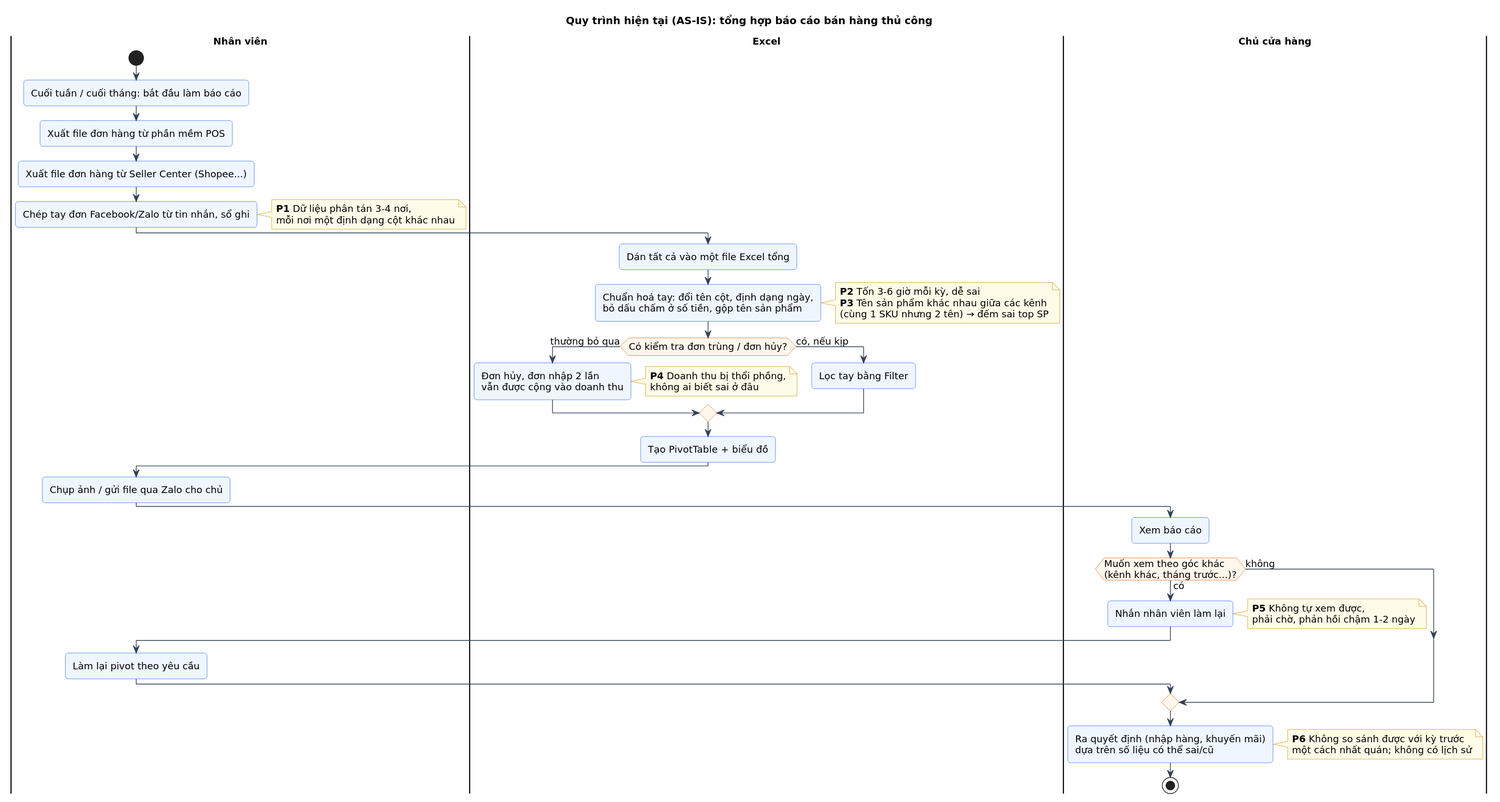
This is docs/phan-tich/so-do/out/02-as-is.svg from hoang13516-dev/TTCN_CCROBO, a PlantUML export, as it was before one commit.
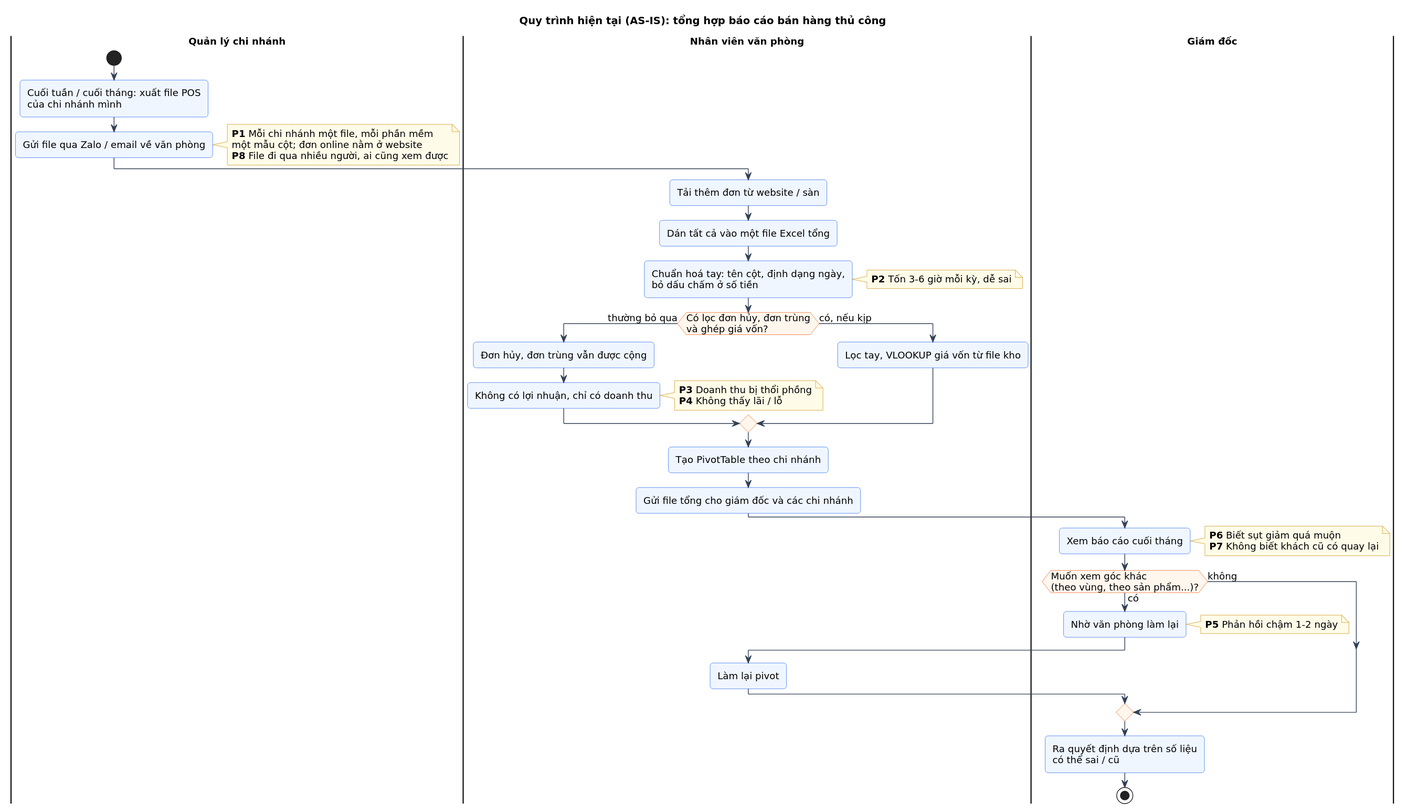
After the change.

What changed in the source:
```diff
@@ -2,57 +2,55 @@
 !include _style.iuml
 title Quy trình hiện tại (AS-IS): tổng hợp báo cáo bán hàng thủ công
 
-|Nhân viên|
+|Quản lý chi nhánh|
 start
-:Cuối tuần / cuối tháng: bắt đầu làm báo cáo;
-:Xuất file đơn hàng từ phần mềm POS;
-:Xuất file đơn hàng từ Seller Center (Shopee...);
-:Chép tay đơn Facebook/Zalo từ tin nhắn, sổ ghi;
+:Cuối tuần / cuối tháng: xuất file POS
+của chi nhánh mình;
+:Gửi file qua Zalo / email về văn phòng;
 note right
-  **P1** Dữ liệu phân tán 3-4 nơi,
-  mỗi nơi một định dạng cột khác nhau
+  **P1** Mỗi chi nhánh một file, mỗi phần mềm
+  một mẫu cột; đơn online nằm ở website
+  **P8** File đi qua nhiều người, ai cũng xem được
 end note
-|Excel|
+|Nhân viên văn phòng|
+:Tải thêm đơn từ website / sàn;
 :Dán tất cả vào một file Excel tổng;
-:Chuẩn hoá tay: đổi tên cột, định dạng ngày,
-bỏ dấu chấm ở số tiền, gộp tên sản phẩm;
+:Chuẩn hoá tay: tên cột, định dạng ngày,
+bỏ dấu chấm ở số tiền;
 note right
   **P2** Tốn 3-6 giờ mỗi kỳ, dễ sai
-  **P3** Tên sản phẩm khác nhau giữa các kênh
-  (cùng 1 SKU nhưng 2 tên) → đếm sai top SP
 end note
-if (Có kiểm tra đơn trùng / đơn hủy?) then (thường bỏ qua)
-  :Đơn hủy, đơn nhập 2 lần
-  vẫn được cộng vào doanh thu;
+if (Có lọc đơn hủy, đơn trùng
+và ghép giá vốn?) then (thường bỏ qua)
+  :Đơn hủy, đơn trùng vẫn được cộng;
+  :Không có lợi nhuận, chỉ có doanh thu;
   note right
-    **P4** Doanh thu bị thổi phồng,
-    không ai biết sai ở đâu
+    **P3** Doanh thu bị thổi phồng
+    **P4** Không thấy lãi / lỗ
   end note
 else (có, nếu kịp)
-  :Lọc tay bằng Filter;
+  :Lọc tay, VLOOKUP giá vốn từ file kho;
 endif
-:Tạo PivotTable + biểu đồ;
-|Nhân viên|
-:Chụp ảnh / gửi file qua Zalo cho chủ;
-|Chủ cửa hàng|
-:Xem báo cáo;
-if (Muốn xem theo góc khác
-(kênh khác, tháng trước...)?) then (có)
-  :Nhắn nhân viên làm lại;
+:Tạo PivotTable theo chi nhánh;
+:Gửi file tổng cho giám đốc và các chi nhánh;
+|Giám đốc|
+:Xem báo cáo cuối tháng;
+note right
+  **P6** Biết sụt giảm quá muộn
+  **P7** Không biết khách cũ có quay lại
+end note
+if (Muốn xem góc khác
+(theo vùng, theo sản phẩm...)?) then (có)
+  :Nhờ văn phòng làm lại;
   note right
-    **P5** Không tự xem được,
-    phải chờ, phản hồi chậm 1-2 ngày
+    **P5** Phản hồi chậm 1-2 ngày
   end note
-  |Nhân viên|
-  :Làm lại pivot theo yêu cầu;
-  |Chủ cửa hàng|
+  |Nhân viên văn phòng|
+  :Làm lại pivot;
+  |Giám đốc|
 else (không)
 endif
-:Ra quyết định (nhập hàng, khuyến mãi)
-dựa trên số liệu có thể sai/cũ;
-note right
-  **P6** Không so sánh được với kỳ trước
-  một cách nhất quán; không có lịch sử
-end note
+:Ra quyết định dựa trên số liệu
+có thể sai / cũ;
 stop
 @enduml
```
